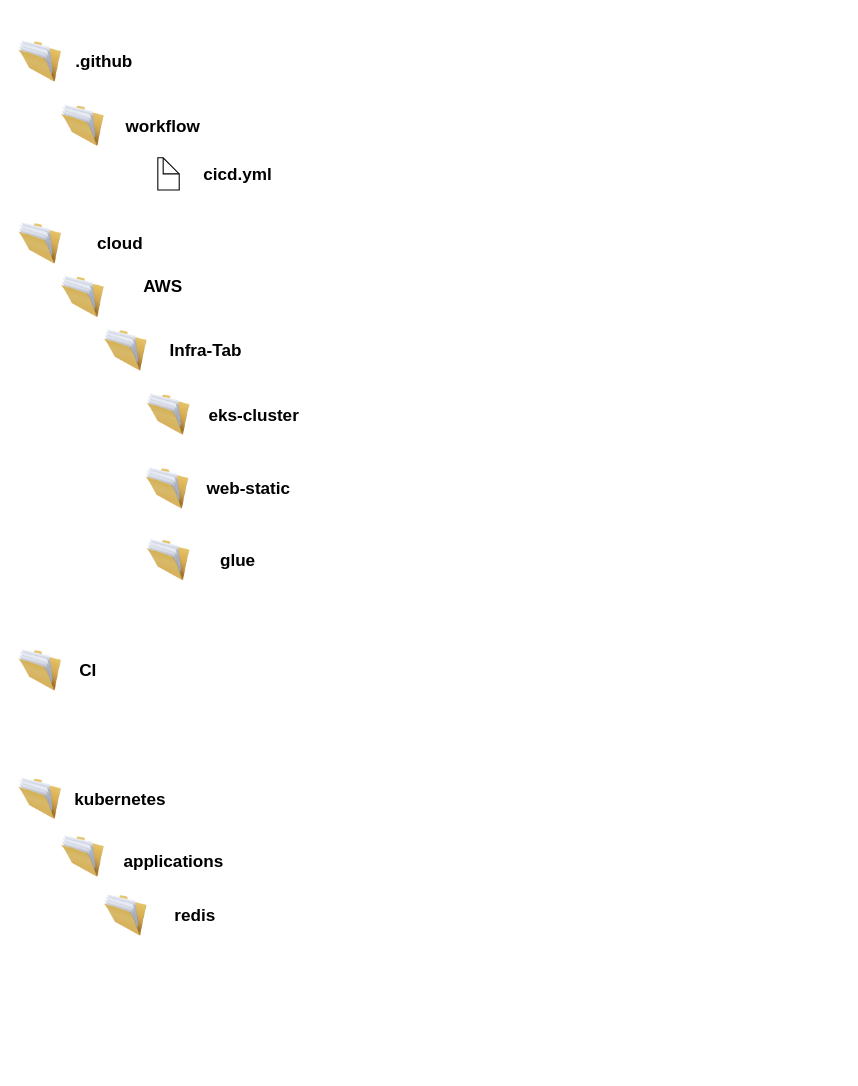
This is Diagrama sem nome.drawio from robthross/aws_instancias, a draw.io file, before an edit. Source tidied: cells renumbered, new cells numbered last; positions are measured from the earlier drawing's top-left corner, leaving out a move shared by most shapes. Both pictures are drawn from the tidied source at 107%, with x=0, y=0 at pixel (18, 40).
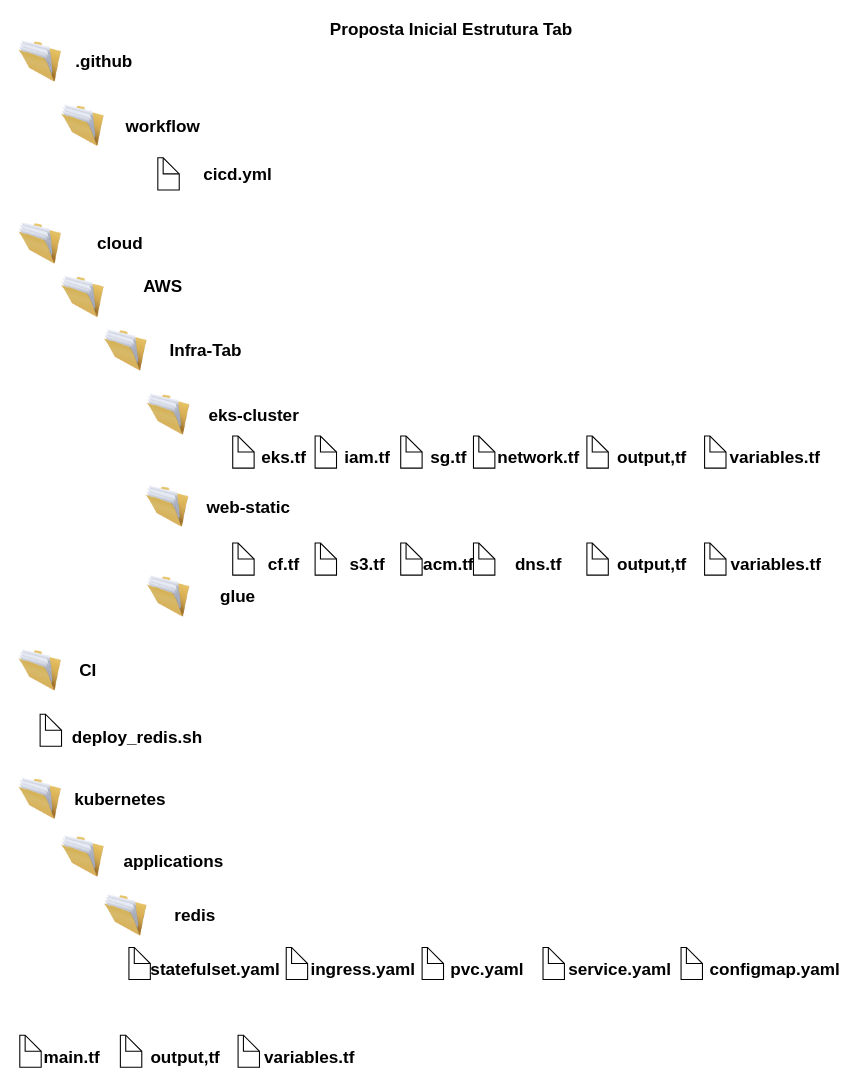
The same diagram, later.

What changed in the source:
```diff
@@
     <mxCell id="23" style="image;html=1;image=img/lib/clip_art/general/Full_Folder_128x128.png;" parent="1" vertex="1">
-      <mxGeometry x="119" y="399" width="40" height="40" as="geometry" />
+      <mxGeometry x="119" y="416" width="40" height="40" as="geometry" />
     </mxCell>
     <mxCell id="24" style="image;html=1;image=img/lib/clip_art/general/Full_Folder_128x128.png;" parent="1" vertex="1">
-      <mxGeometry x="120" y="466" width="40" height="40" as="geometry" />
+      <mxGeometry x="120" y="500" width="40" height="40" as="geometry" />
     </mxCell>
@@
     <mxCell id="26" value="&lt;span style=&quot;font-size: 16px;&quot;&gt;&lt;b&gt;web-static&lt;/b&gt;&lt;/span&gt;" style="text;html=1;strokeColor=none;fillColor=none;align=center;verticalAlign=middle;whiteSpace=wrap;rounded=0;" parent="1" vertex="1">
-      <mxGeometry x="170" y="409" width="90" height="20" as="geometry" />
+      <mxGeometry x="170" y="426" width="90" height="20" as="geometry" />
     </mxCell>
     <mxCell id="27" value="&lt;span style=&quot;font-size: 16px;&quot;&gt;&lt;b&gt;glue&lt;/b&gt;&lt;/span&gt;" style="text;html=1;strokeColor=none;fillColor=none;align=center;verticalAlign=middle;whiteSpace=wrap;rounded=0;" parent="1" vertex="1">
-      <mxGeometry x="170" y="476" width="70" height="20" as="geometry" />
+      <mxGeometry x="170" y="510" width="70" height="20" as="geometry" />
     </mxCell>
+    <mxCell id="28" style="shape=mxgraph.bpmn.data;labelPosition=center;verticalLabelPosition=bottom;align=center;verticalAlign=top;size=15;html=1;" parent="1" vertex="1">
+      <mxGeometry x="200" y="370" width="20" height="30" as="geometry" />
+    </mxCell>
+    <mxCell id="29" value="&lt;font size=&quot;1&quot; style=&quot;&quot;&gt;&lt;b style=&quot;font-size: 16px;&quot;&gt;eks.tf&lt;br&gt;&lt;/b&gt;&lt;/font&gt;" style="text;html=1;strokeColor=none;fillColor=none;align=center;verticalAlign=middle;whiteSpace=wrap;rounded=0;" parent="1" vertex="1">
+      <mxGeometry x="213" y="380" width="70" height="20" as="geometry" />
+    </mxCell>
+    <mxCell id="30" style="shape=mxgraph.bpmn.data;labelPosition=center;verticalLabelPosition=bottom;align=center;verticalAlign=top;size=15;html=1;" parent="1" vertex="1">
+      <mxGeometry x="277" y="370" width="20" height="30" as="geometry" />
+    </mxCell>
+    <mxCell id="31" value="&lt;font size=&quot;1&quot; style=&quot;&quot;&gt;&lt;b style=&quot;font-size: 16px;&quot;&gt;iam.tf&lt;br&gt;&lt;/b&gt;&lt;/font&gt;" style="text;html=1;strokeColor=none;fillColor=none;align=center;verticalAlign=middle;whiteSpace=wrap;rounded=0;" parent="1" vertex="1">
+      <mxGeometry x="291" y="380" width="70" height="20" as="geometry" />
+    </mxCell>
+    <mxCell id="32" style="shape=mxgraph.bpmn.data;labelPosition=center;verticalLabelPosition=bottom;align=center;verticalAlign=top;size=15;html=1;" parent="1" vertex="1">
+      <mxGeometry x="357" y="370" width="20" height="30" as="geometry" />
+    </mxCell>
+    <mxCell id="33" value="&lt;font size=&quot;1&quot; style=&quot;&quot;&gt;&lt;b style=&quot;font-size: 16px;&quot;&gt;sg.tf&lt;br&gt;&lt;/b&gt;&lt;/font&gt;" style="text;html=1;strokeColor=none;fillColor=none;align=center;verticalAlign=middle;whiteSpace=wrap;rounded=0;" parent="1" vertex="1">
+      <mxGeometry x="367" y="380" width="70" height="20" as="geometry" />
+    </mxCell>
+    <mxCell id="34" value="&lt;font size=&quot;1&quot; style=&quot;&quot;&gt;&lt;b style=&quot;font-size: 16px;&quot;&gt;network.tf&lt;br&gt;&lt;/b&gt;&lt;/font&gt;" style="text;html=1;strokeColor=none;fillColor=none;align=center;verticalAlign=middle;whiteSpace=wrap;rounded=0;" parent="1" vertex="1">
+      <mxGeometry x="451" y="380" width="70" height="20" as="geometry" />
+    </mxCell>
+    <mxCell id="35" style="shape=mxgraph.bpmn.data;labelPosition=center;verticalLabelPosition=bottom;align=center;verticalAlign=top;size=15;html=1;" parent="1" vertex="1">
+      <mxGeometry x="425" y="370" width="20" height="30" as="geometry" />
+    </mxCell>
+    <mxCell id="36" value="&lt;font size=&quot;1&quot; style=&quot;&quot;&gt;&lt;b style=&quot;font-size: 16px;&quot;&gt;output,tf&lt;br&gt;&lt;/b&gt;&lt;/font&gt;" style="text;html=1;strokeColor=none;fillColor=none;align=center;verticalAlign=middle;whiteSpace=wrap;rounded=0;" parent="1" vertex="1">
+      <mxGeometry x="557" y="380" width="70" height="20" as="geometry" />
+    </mxCell>
+    <mxCell id="37" style="shape=mxgraph.bpmn.data;labelPosition=center;verticalLabelPosition=bottom;align=center;verticalAlign=top;size=15;html=1;" parent="1" vertex="1">
+      <mxGeometry x="531" y="370" width="20" height="30" as="geometry" />
+    </mxCell>
+    <mxCell id="38" value="&lt;font size=&quot;1&quot; style=&quot;&quot;&gt;&lt;b style=&quot;font-size: 16px;&quot;&gt;variables.tf&lt;br&gt;&lt;/b&gt;&lt;/font&gt;" style="text;html=1;strokeColor=none;fillColor=none;align=center;verticalAlign=middle;whiteSpace=wrap;rounded=0;" parent="1" vertex="1">
+      <mxGeometry x="672" y="380" width="70" height="20" as="geometry" />
+    </mxCell>
+    <mxCell id="39" style="shape=mxgraph.bpmn.data;labelPosition=center;verticalLabelPosition=bottom;align=center;verticalAlign=top;size=15;html=1;" parent="1" vertex="1">
+      <mxGeometry x="641" y="370" width="20" height="30" as="geometry" />
+    </mxCell>
+    <mxCell id="40" style="shape=mxgraph.bpmn.data;labelPosition=center;verticalLabelPosition=bottom;align=center;verticalAlign=top;size=15;html=1;" parent="1" vertex="1">
+      <mxGeometry x="200" y="470" width="20" height="30" as="geometry" />
+    </mxCell>
+    <mxCell id="41" value="&lt;font size=&quot;1&quot; style=&quot;&quot;&gt;&lt;b style=&quot;font-size: 16px;&quot;&gt;cf.tf&lt;br&gt;&lt;/b&gt;&lt;/font&gt;" style="text;html=1;strokeColor=none;fillColor=none;align=center;verticalAlign=middle;whiteSpace=wrap;rounded=0;" parent="1" vertex="1">
+      <mxGeometry x="213" y="480" width="70" height="20" as="geometry" />
+    </mxCell>
+    <mxCell id="42" style="shape=mxgraph.bpmn.data;labelPosition=center;verticalLabelPosition=bottom;align=center;verticalAlign=top;size=15;html=1;" parent="1" vertex="1">
+      <mxGeometry x="277" y="470" width="20" height="30" as="geometry" />
+    </mxCell>
+    <mxCell id="43" value="&lt;font size=&quot;1&quot; style=&quot;&quot;&gt;&lt;b style=&quot;font-size: 16px;&quot;&gt;s3.tf&lt;br&gt;&lt;/b&gt;&lt;/font&gt;" style="text;html=1;strokeColor=none;fillColor=none;align=center;verticalAlign=middle;whiteSpace=wrap;rounded=0;" parent="1" vertex="1">
+      <mxGeometry x="291" y="480" width="70" height="20" as="geometry" />
+    </mxCell>
+    <mxCell id="44" style="shape=mxgraph.bpmn.data;labelPosition=center;verticalLabelPosition=bottom;align=center;verticalAlign=top;size=15;html=1;" parent="1" vertex="1">
+      <mxGeometry x="357" y="470" width="20" height="30" as="geometry" />
+    </mxCell>
+    <mxCell id="45" value="&lt;font size=&quot;1&quot; style=&quot;&quot;&gt;&lt;b style=&quot;font-size: 16px;&quot;&gt;acm.tf&lt;br&gt;&lt;/b&gt;&lt;/font&gt;" style="text;html=1;strokeColor=none;fillColor=none;align=center;verticalAlign=middle;whiteSpace=wrap;rounded=0;" parent="1" vertex="1">
+      <mxGeometry x="367" y="480" width="70" height="20" as="geometry" />
+    </mxCell>
+    <mxCell id="46" value="&lt;font size=&quot;1&quot; style=&quot;&quot;&gt;&lt;b style=&quot;font-size: 16px;&quot;&gt;dns.tf&lt;br&gt;&lt;/b&gt;&lt;/font&gt;" style="text;html=1;strokeColor=none;fillColor=none;align=center;verticalAlign=middle;whiteSpace=wrap;rounded=0;" parent="1" vertex="1">
+      <mxGeometry x="451" y="480" width="70" height="20" as="geometry" />
+    </mxCell>
+    <mxCell id="47" style="shape=mxgraph.bpmn.data;labelPosition=center;verticalLabelPosition=bottom;align=center;verticalAlign=top;size=15;html=1;" parent="1" vertex="1">
+      <mxGeometry x="425" y="470" width="20" height="30" as="geometry" />
+    </mxCell>
+    <mxCell id="48" value="&lt;font size=&quot;1&quot; style=&quot;&quot;&gt;&lt;b style=&quot;font-size: 16px;&quot;&gt;output,tf&lt;br&gt;&lt;/b&gt;&lt;/font&gt;" style="text;html=1;strokeColor=none;fillColor=none;align=center;verticalAlign=middle;whiteSpace=wrap;rounded=0;" parent="1" vertex="1">
+      <mxGeometry x="557" y="480" width="70" height="20" as="geometry" />
+    </mxCell>
+    <mxCell id="49" style="shape=mxgraph.bpmn.data;labelPosition=center;verticalLabelPosition=bottom;align=center;verticalAlign=top;size=15;html=1;" parent="1" vertex="1">
+      <mxGeometry x="531" y="470" width="20" height="30" as="geometry" />
+    </mxCell>
+    <mxCell id="50" value="&lt;font size=&quot;1&quot; style=&quot;&quot;&gt;&lt;b style=&quot;font-size: 16px;&quot;&gt;variables.tf&lt;br&gt;&lt;/b&gt;&lt;/font&gt;" style="text;html=1;strokeColor=none;fillColor=none;align=center;verticalAlign=middle;whiteSpace=wrap;rounded=0;" parent="1" vertex="1">
+      <mxGeometry x="673" y="480" width="70" height="20" as="geometry" />
+    </mxCell>
+    <mxCell id="51" style="shape=mxgraph.bpmn.data;labelPosition=center;verticalLabelPosition=bottom;align=center;verticalAlign=top;size=15;html=1;" parent="1" vertex="1">
+      <mxGeometry x="641" y="470" width="20" height="30" as="geometry" />
+    </mxCell>
+    <mxCell id="52" style="shape=mxgraph.bpmn.data;labelPosition=center;verticalLabelPosition=bottom;align=center;verticalAlign=top;size=15;html=1;" parent="1" vertex="1">
+      <mxGeometry x="20" y="630" width="20" height="30" as="geometry" />
+    </mxCell>
+    <mxCell id="53" value="&lt;font size=&quot;1&quot; style=&quot;&quot;&gt;&lt;b style=&quot;font-size: 16px;&quot;&gt;deploy_redis.sh&lt;br&gt;&lt;/b&gt;&lt;/font&gt;" style="text;html=1;strokeColor=none;fillColor=none;align=center;verticalAlign=middle;whiteSpace=wrap;rounded=0;" parent="1" vertex="1">
+      <mxGeometry x="76" y="641" width="70" height="20" as="geometry" />
+    </mxCell>
+    <mxCell id="54" style="shape=mxgraph.bpmn.data;labelPosition=center;verticalLabelPosition=bottom;align=center;verticalAlign=top;size=15;html=1;" parent="1" vertex="1">
+      <mxGeometry x="103" y="848" width="20" height="30" as="geometry" />
+    </mxCell>
+    <mxCell id="55" value="&lt;font size=&quot;1&quot; style=&quot;&quot;&gt;&lt;b style=&quot;font-size: 16px;&quot;&gt;statefulset.yaml&lt;br&gt;&lt;/b&gt;&lt;/font&gt;" style="text;html=1;strokeColor=none;fillColor=none;align=center;verticalAlign=middle;whiteSpace=wrap;rounded=0;" parent="1" vertex="1">
+      <mxGeometry x="149" y="858" width="70" height="20" as="geometry" />
+    </mxCell>
+    <mxCell id="56" style="shape=mxgraph.bpmn.data;labelPosition=center;verticalLabelPosition=bottom;align=center;verticalAlign=top;size=15;html=1;" parent="1" vertex="1">
+      <mxGeometry x="250" y="848" width="20" height="30" as="geometry" />
+    </mxCell>
+    <mxCell id="57" value="&lt;font size=&quot;1&quot; style=&quot;&quot;&gt;&lt;b style=&quot;font-size: 16px;&quot;&gt;ingress.yaml&lt;br&gt;&lt;/b&gt;&lt;/font&gt;" style="text;html=1;strokeColor=none;fillColor=none;align=center;verticalAlign=middle;whiteSpace=wrap;rounded=0;" parent="1" vertex="1">
+      <mxGeometry x="287" y="858" width="70" height="20" as="geometry" />
+    </mxCell>
+    <mxCell id="58" value="&lt;font size=&quot;1&quot; style=&quot;&quot;&gt;&lt;b style=&quot;font-size: 16px;&quot;&gt;pvc.yaml&lt;br&gt;&lt;/b&gt;&lt;/font&gt;" style="text;html=1;strokeColor=none;fillColor=none;align=center;verticalAlign=middle;whiteSpace=wrap;rounded=0;" parent="1" vertex="1">
+      <mxGeometry x="403" y="858" width="70" height="20" as="geometry" />
+    </mxCell>
+    <mxCell id="59" style="shape=mxgraph.bpmn.data;labelPosition=center;verticalLabelPosition=bottom;align=center;verticalAlign=top;size=15;html=1;" parent="1" vertex="1">
+      <mxGeometry x="377" y="848" width="20" height="30" as="geometry" />
+    </mxCell>
+    <mxCell id="60" value="&lt;font size=&quot;1&quot; style=&quot;&quot;&gt;&lt;b style=&quot;font-size: 16px;&quot;&gt;service.yaml&lt;br&gt;&lt;/b&gt;&lt;/font&gt;" style="text;html=1;strokeColor=none;fillColor=none;align=center;verticalAlign=middle;whiteSpace=wrap;rounded=0;" parent="1" vertex="1">
+      <mxGeometry x="527" y="858" width="70" height="20" as="geometry" />
+    </mxCell>
+    <mxCell id="61" style="shape=mxgraph.bpmn.data;labelPosition=center;verticalLabelPosition=bottom;align=center;verticalAlign=top;size=15;html=1;" parent="1" vertex="1">
+      <mxGeometry x="490" y="848" width="20" height="30" as="geometry" />
+    </mxCell>
+    <mxCell id="62" value="&lt;font size=&quot;1&quot; style=&quot;&quot;&gt;&lt;b style=&quot;font-size: 16px;&quot;&gt;configmap.yaml&lt;br&gt;&lt;/b&gt;&lt;/font&gt;" style="text;html=1;strokeColor=none;fillColor=none;align=center;verticalAlign=middle;whiteSpace=wrap;rounded=0;" parent="1" vertex="1">
+      <mxGeometry x="672" y="858" width="70" height="20" as="geometry" />
+    </mxCell>
+    <mxCell id="63" style="shape=mxgraph.bpmn.data;labelPosition=center;verticalLabelPosition=bottom;align=center;verticalAlign=top;size=15;html=1;" parent="1" vertex="1">
+      <mxGeometry x="619" y="848" width="20" height="30" as="geometry" />
+    </mxCell>
+    <mxCell id="64" value="&lt;font size=&quot;1&quot; style=&quot;&quot;&gt;&lt;b style=&quot;font-size: 16px;&quot;&gt;main.tf&lt;br&gt;&lt;/b&gt;&lt;/font&gt;" style="text;html=1;strokeColor=none;fillColor=none;align=center;verticalAlign=middle;whiteSpace=wrap;rounded=0;" parent="1" vertex="1">
+      <mxGeometry x="15" y="940" width="70" height="20" as="geometry" />
+    </mxCell>
+    <mxCell id="65" style="shape=mxgraph.bpmn.data;labelPosition=center;verticalLabelPosition=bottom;align=center;verticalAlign=top;size=15;html=1;" parent="1" vertex="1">
+      <mxGeometry x="1" y="930" width="20" height="30" as="geometry" />
+    </mxCell>
+    <mxCell id="66" value="&lt;font size=&quot;1&quot; style=&quot;&quot;&gt;&lt;b style=&quot;font-size: 16px;&quot;&gt;output,tf&lt;br&gt;&lt;/b&gt;&lt;/font&gt;" style="text;html=1;strokeColor=none;fillColor=none;align=center;verticalAlign=middle;whiteSpace=wrap;rounded=0;" parent="1" vertex="1">
+      <mxGeometry x="121" y="940" width="70" height="20" as="geometry" />
+    </mxCell>
+    <mxCell id="67" style="shape=mxgraph.bpmn.data;labelPosition=center;verticalLabelPosition=bottom;align=center;verticalAlign=top;size=15;html=1;" parent="1" vertex="1">
+      <mxGeometry x="95" y="930" width="20" height="30" as="geometry" />
+    </mxCell>
+    <mxCell id="68" value="&lt;font size=&quot;1&quot; style=&quot;&quot;&gt;&lt;b style=&quot;font-size: 16px;&quot;&gt;variables.tf&lt;br&gt;&lt;/b&gt;&lt;/font&gt;" style="text;html=1;strokeColor=none;fillColor=none;align=center;verticalAlign=middle;whiteSpace=wrap;rounded=0;" parent="1" vertex="1">
+      <mxGeometry x="237" y="940" width="70" height="20" as="geometry" />
+    </mxCell>
+    <mxCell id="69" style="shape=mxgraph.bpmn.data;labelPosition=center;verticalLabelPosition=bottom;align=center;verticalAlign=top;size=15;html=1;" parent="1" vertex="1">
+      <mxGeometry x="205" y="930" width="20" height="30" as="geometry" />
+    </mxCell>
+    <mxCell id="70" value="&lt;font size=&quot;1&quot; style=&quot;&quot;&gt;&lt;b style=&quot;font-size: 16px;&quot;&gt;Proposta Inicial Estrutura Tab&lt;/b&gt;&lt;/font&gt;" style="text;html=1;strokeColor=none;fillColor=none;align=center;verticalAlign=middle;whiteSpace=wrap;rounded=0;" parent="1" vertex="1">
+      <mxGeometry x="250" y="-20" width="309" height="20" as="geometry" />
+    </mxCell>
```
